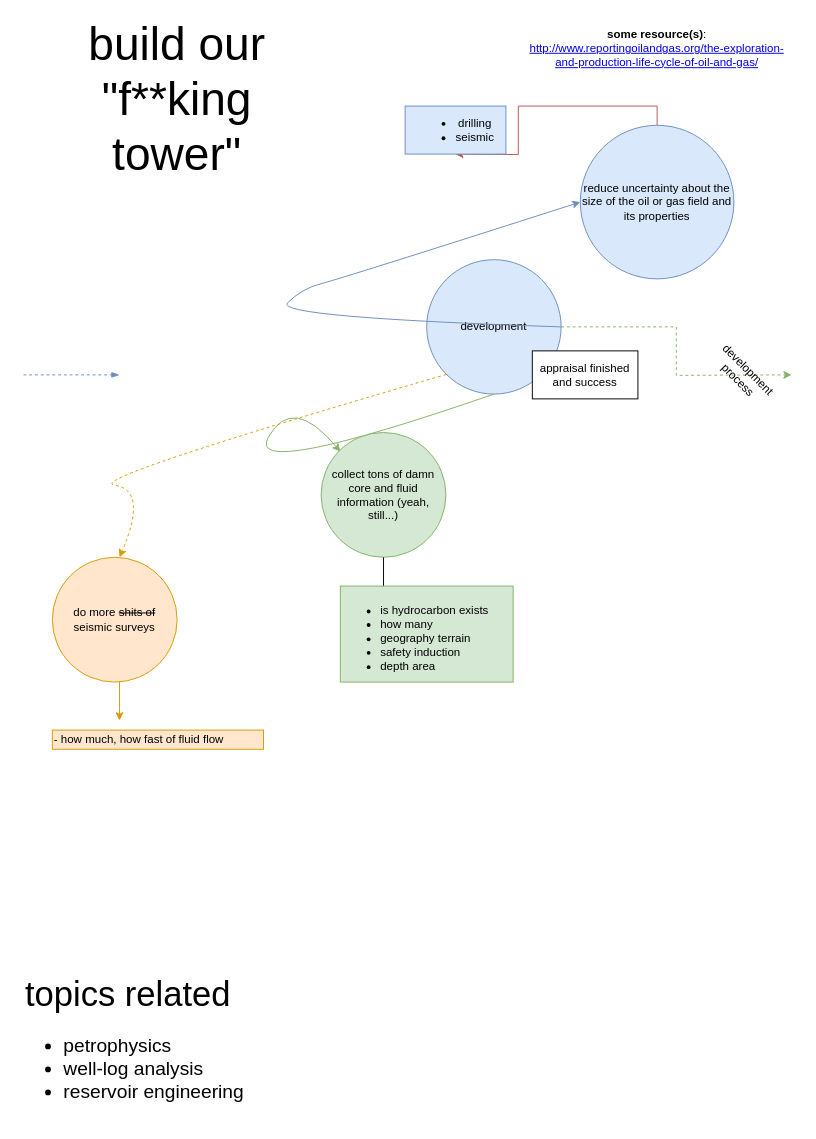
Above: page "development" (4 of 4) of oilshit lifecycle concepts.drawio in oilshit/lifecycle-concepts (draw.io), before the change. Source tidied: cells renumbered, new cells numbered last; positions are measured from the earlier drawing's top-left corner, leaving out a move shared by most shapes. Both pictures are drawn from the tidied source at 96%, with x=0, y=0 at pixel (23, 19).
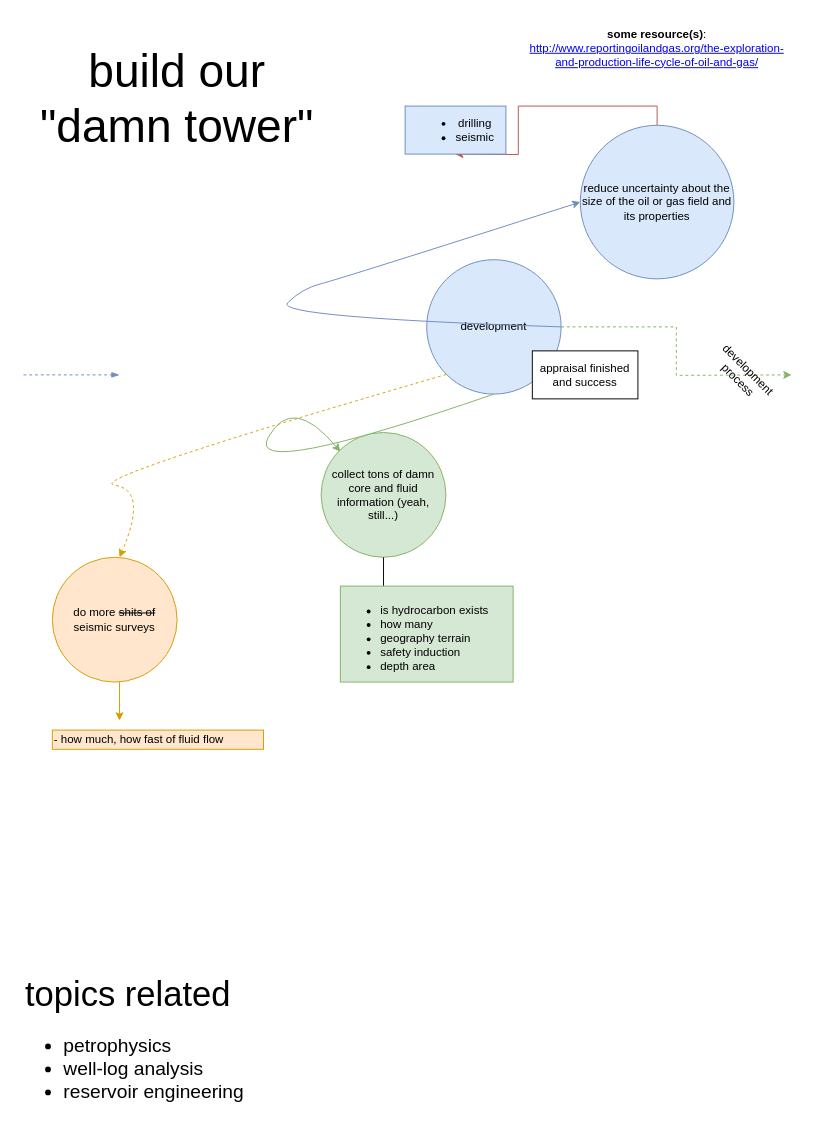
Above is the later version.

What changed in the source:
```diff
@@
-    <mxCell id="2" value="&lt;font style=&quot;font-size: 48px&quot;&gt;build our &quot;f**king tower&quot;&lt;br&gt;&lt;/font&gt;&lt;span style=&quot;white-space: pre&quot;&gt; &lt;/span&gt;" style="text;html=1;strokeColor=none;fillColor=none;align=center;verticalAlign=middle;whiteSpace=wrap;rounded=0;" parent="1" vertex="1">
+    <mxCell id="2" value="&lt;font style=&quot;font-size: 48px&quot;&gt;build our &quot;damn tower&quot;&lt;br&gt;&lt;/font&gt;&lt;span style=&quot;white-space: pre&quot;&gt; &lt;/span&gt;" style="text;html=1;strokeColor=none;fillColor=none;align=center;verticalAlign=middle;whiteSpace=wrap;rounded=0;" parent="1" vertex="1">
       <mxGeometry x="10" y="30" width="300" height="120" as="geometry" />
     </mxCell>
```
